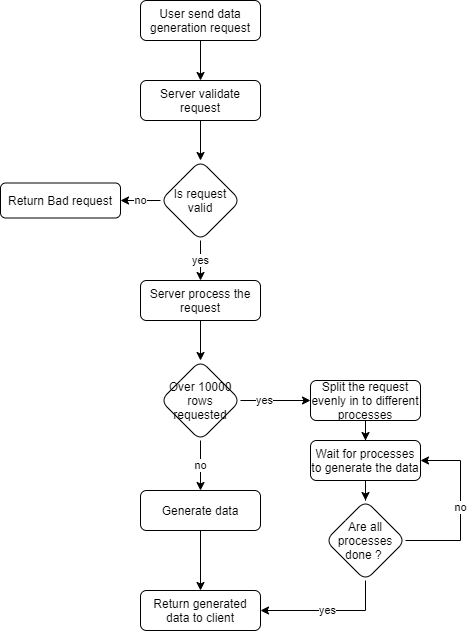
Above: images/Generate_data_process.png in xavizus/mockdata_generator (draw.io), before the change. Source tidied: cells renumbered, new cells last; positions are measured from the earlier drawing's top-left corner, leaving out a move shared by most shapes. Source of this version:
```xml
<mxGraphModel>
  <root>
    <mxCell id="0" />
    <mxCell id="1" parent="0" />
    <mxCell id="2" style="edgeStyle=orthogonalEdgeStyle;rounded=0;jettySize=auto;html=1;" parent="1" edge="1" source="3" target="5">
      <mxGeometry relative="1" as="geometry" />
    </mxCell>
    <mxCell id="3" value="User send data generation request" style="rounded=1;whiteSpace=wrap;html=1;fontSize=12;glass=0;strokeWidth=1;shadow=0;" parent="1" vertex="1">
      <mxGeometry x="140" width="120" height="40" as="geometry" />
    </mxCell>
    <mxCell id="4" style="edgeStyle=orthogonalEdgeStyle;rounded=0;jettySize=auto;html=1;" parent="1" edge="1" source="5" target="8">
      <mxGeometry relative="1" as="geometry" />
    </mxCell>
    <mxCell id="5" value="Server validate request" style="rounded=1;whiteSpace=wrap;html=1;fontSize=12;glass=0;strokeWidth=1;shadow=0;" parent="1" vertex="1">
      <mxGeometry x="140" y="80" width="120" height="40" as="geometry" />
    </mxCell>
    <mxCell id="6" value="no" style="edgeStyle=orthogonalEdgeStyle;rounded=0;jettySize=auto;html=1;" parent="1" edge="1" source="8" target="9">
      <mxGeometry relative="1" as="geometry" />
    </mxCell>
    <mxCell id="7" value="yes" style="edgeStyle=orthogonalEdgeStyle;rounded=0;jettySize=auto;html=1;" parent="1" edge="1" source="8" target="11">
      <mxGeometry relative="1" as="geometry" />
    </mxCell>
    <mxCell id="8" value="Is request valid" style="rhombus;whiteSpace=wrap;html=1;rounded=1;shadow=0;strokeWidth=1;glass=0;" parent="1" vertex="1">
      <mxGeometry x="160" y="160" width="80" height="80" as="geometry" />
    </mxCell>
    <mxCell id="9" value="Return Bad request" style="whiteSpace=wrap;html=1;rounded=1;shadow=0;strokeWidth=1;glass=0;" parent="1" vertex="1">
      <mxGeometry y="182.5" width="120" height="35" as="geometry" />
    </mxCell>
    <mxCell id="10" style="edgeStyle=orthogonalEdgeStyle;rounded=0;jettySize=auto;html=1;" parent="1" edge="1" source="11" target="15">
      <mxGeometry relative="1" as="geometry" />
    </mxCell>
    <mxCell id="11" value="Server process the request" style="whiteSpace=wrap;html=1;rounded=1;shadow=0;strokeWidth=1;glass=0;" parent="1" vertex="1">
      <mxGeometry x="140" y="280" width="120" height="40" as="geometry" />
    </mxCell>
    <mxCell id="12" value="no" style="edgeStyle=orthogonalEdgeStyle;rounded=0;jettySize=auto;html=1;" parent="1" edge="1" source="15" target="17">
      <mxGeometry relative="1" as="geometry" />
    </mxCell>
    <mxCell id="13" style="edgeStyle=orthogonalEdgeStyle;rounded=0;jettySize=auto;html=1;" parent="1" edge="1" source="15" target="20">
      <mxGeometry relative="1" as="geometry" />
    </mxCell>
    <mxCell id="14" value="yes" style="edgeLabel;html=1;align=center;verticalAlign=middle;" parent="13" vertex="1">
      <mxGeometry x="-0.33" relative="1" as="geometry" />
    </mxCell>
    <mxCell id="15" value="Over 10000 rows requested" style="rhombus;whiteSpace=wrap;html=1;rounded=1;shadow=0;strokeWidth=1;glass=0;" parent="1" vertex="1">
      <mxGeometry x="160" y="360" width="80" height="80" as="geometry" />
    </mxCell>
    <mxCell id="16" style="edgeStyle=orthogonalEdgeStyle;rounded=0;jettySize=auto;html=1;" parent="1" edge="1" source="17" target="18">
      <mxGeometry relative="1" as="geometry" />
    </mxCell>
    <mxCell id="17" value="Generate data" style="whiteSpace=wrap;html=1;rounded=1;shadow=0;strokeWidth=1;glass=0;" parent="1" vertex="1">
      <mxGeometry x="140" y="490" width="120" height="40" as="geometry" />
    </mxCell>
    <mxCell id="18" value="Return generated data to client" style="whiteSpace=wrap;html=1;rounded=1;shadow=0;strokeWidth=1;glass=0;" parent="1" vertex="1">
      <mxGeometry x="140" y="590" width="120" height="40" as="geometry" />
    </mxCell>
    <mxCell id="19" style="edgeStyle=orthogonalEdgeStyle;rounded=0;jettySize=auto;html=1;" parent="1" edge="1" source="20" target="22">
      <mxGeometry relative="1" as="geometry" />
    </mxCell>
    <mxCell id="20" value="Split the request evenly in to different processes" style="whiteSpace=wrap;html=1;rounded=1;shadow=0;strokeWidth=1;glass=0;" parent="1" vertex="1">
      <mxGeometry x="310" y="380" width="110" height="40" as="geometry" />
    </mxCell>
    <mxCell id="21" style="edgeStyle=orthogonalEdgeStyle;rounded=0;jettySize=auto;html=1;" parent="1" edge="1" source="22" target="25">
      <mxGeometry relative="1" as="geometry" />
    </mxCell>
    <mxCell id="22" value="Wait for processes to generate the data" style="whiteSpace=wrap;html=1;rounded=1;shadow=0;strokeWidth=1;glass=0;" parent="1" vertex="1">
      <mxGeometry x="310" y="440" width="110" height="40" as="geometry" />
    </mxCell>
    <mxCell id="23" value="no" style="edgeStyle=orthogonalEdgeStyle;rounded=0;jettySize=auto;html=1;entryX=1;entryY=0.5;entryDx=0;entryDy=0;" parent="1" edge="1" source="25" target="22">
      <mxGeometry relative="1" as="geometry">
        <Array as="points">
          <mxPoint x="460" y="540" />
          <mxPoint x="460" y="460" />
        </Array>
      </mxGeometry>
    </mxCell>
    <mxCell id="24" value="yes" style="edgeStyle=orthogonalEdgeStyle;rounded=0;jettySize=auto;html=1;entryX=1;entryY=0.5;entryDx=0;entryDy=0;" parent="1" edge="1" source="25" target="18">
      <mxGeometry relative="1" as="geometry">
        <Array as="points">
          <mxPoint x="365" y="610" />
        </Array>
      </mxGeometry>
    </mxCell>
    <mxCell id="25" value="Are all processes done ?&amp;nbsp;" style="rhombus;whiteSpace=wrap;html=1;rounded=1;shadow=0;strokeWidth=1;glass=0;" parent="1" vertex="1">
      <mxGeometry x="325" y="500" width="80" height="80" as="geometry" />
    </mxCell>
  </root>
</mxGraphModel>
```
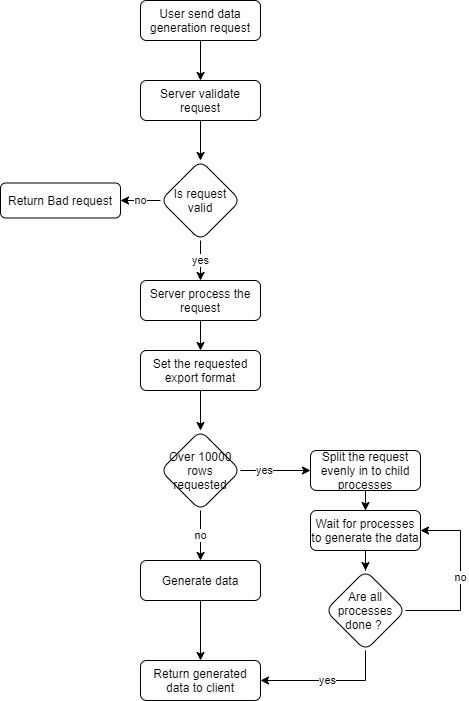
After the commit.

The edit, as a diff of the source:
```diff
@@ -6,13 +6,13 @@
       <mxGeometry relative="1" as="geometry" />
     </mxCell>
     <mxCell id="3" value="User send data generation request" style="rounded=1;whiteSpace=wrap;html=1;fontSize=12;glass=0;strokeWidth=1;shadow=0;" parent="1" vertex="1">
-      <mxGeometry x="140" width="120" height="40" as="geometry" />
+      <mxGeometry x="140" y="-70" width="120" height="40" as="geometry" />
     </mxCell>
     <mxCell id="4" style="edgeStyle=orthogonalEdgeStyle;rounded=0;jettySize=auto;html=1;" parent="1" edge="1" source="5" target="8">
       <mxGeometry relative="1" as="geometry" />
     </mxCell>
     <mxCell id="5" value="Server validate request" style="rounded=1;whiteSpace=wrap;html=1;fontSize=12;glass=0;strokeWidth=1;shadow=0;" parent="1" vertex="1">
-      <mxGeometry x="140" y="80" width="120" height="40" as="geometry" />
+      <mxGeometry x="140" y="10" width="120" height="40" as="geometry" />
     </mxCell>
     <mxCell id="6" value="no" style="edgeStyle=orthogonalEdgeStyle;rounded=0;jettySize=auto;html=1;" parent="1" edge="1" source="8" target="9">
       <mxGeometry relative="1" as="geometry" />
@@ -21,16 +21,16 @@
       <mxGeometry relative="1" as="geometry" />
     </mxCell>
     <mxCell id="8" value="Is request valid" style="rhombus;whiteSpace=wrap;html=1;rounded=1;shadow=0;strokeWidth=1;glass=0;" parent="1" vertex="1">
-      <mxGeometry x="160" y="160" width="80" height="80" as="geometry" />
+      <mxGeometry x="160" y="90" width="80" height="80" as="geometry" />
     </mxCell>
     <mxCell id="9" value="Return Bad request" style="whiteSpace=wrap;html=1;rounded=1;shadow=0;strokeWidth=1;glass=0;" parent="1" vertex="1">
-      <mxGeometry y="182.5" width="120" height="35" as="geometry" />
+      <mxGeometry y="112.5" width="120" height="35" as="geometry" />
     </mxCell>
-    <mxCell id="10" style="edgeStyle=orthogonalEdgeStyle;rounded=0;jettySize=auto;html=1;" parent="1" edge="1" source="11" target="15">
-      <mxGeometry relative="1" as="geometry" />
-    </mxCell>
+    <mxCell id="26" style="edgeStyle=orthogonalEdgeStyle;rounded=0;jettySize=auto;html=1;" parent="1" edge="1" source="11" target="28">
+      <mxGeometry relative="1" as="geometry" />
+    </mxCell>
     <mxCell id="11" value="Server process the request" style="whiteSpace=wrap;html=1;rounded=1;shadow=0;strokeWidth=1;glass=0;" parent="1" vertex="1">
-      <mxGeometry x="140" y="280" width="120" height="40" as="geometry" />
+      <mxGeometry x="140" y="210" width="120" height="40" as="geometry" />
     </mxCell>
     <mxCell id="12" value="no" style="edgeStyle=orthogonalEdgeStyle;rounded=0;jettySize=auto;html=1;" parent="1" edge="1" source="15" target="17">
       <mxGeometry relative="1" as="geometry" />
@@ -56,7 +56,7 @@
     <mxCell id="19" style="edgeStyle=orthogonalEdgeStyle;rounded=0;jettySize=auto;html=1;" parent="1" edge="1" source="20" target="22">
       <mxGeometry relative="1" as="geometry" />
     </mxCell>
-    <mxCell id="20" value="Split the request evenly in to different processes" style="whiteSpace=wrap;html=1;rounded=1;shadow=0;strokeWidth=1;glass=0;" parent="1" vertex="1">
+    <mxCell id="20" value="Split the request evenly in to child processes" style="whiteSpace=wrap;html=1;rounded=1;shadow=0;strokeWidth=1;glass=0;" parent="1" vertex="1">
       <mxGeometry x="310" y="380" width="110" height="40" as="geometry" />
     </mxCell>
     <mxCell id="21" style="edgeStyle=orthogonalEdgeStyle;rounded=0;jettySize=auto;html=1;" parent="1" edge="1" source="22" target="25">
@@ -83,5 +83,11 @@
     <mxCell id="25" value="Are all processes done ?&amp;nbsp;" style="rhombus;whiteSpace=wrap;html=1;rounded=1;shadow=0;strokeWidth=1;glass=0;" parent="1" vertex="1">
       <mxGeometry x="325" y="500" width="80" height="80" as="geometry" />
     </mxCell>
+    <mxCell id="27" style="edgeStyle=orthogonalEdgeStyle;rounded=0;jettySize=auto;html=1;" parent="1" edge="1" source="28" target="15">
+      <mxGeometry relative="1" as="geometry" />
+    </mxCell>
+    <mxCell id="28" value="Set the requested export format" style="rounded=1;whiteSpace=wrap;html=1;" parent="1" vertex="1">
+      <mxGeometry x="140" y="280" width="120" height="40" as="geometry" />
+    </mxCell>
   </root>
 </mxGraphModel>
```
